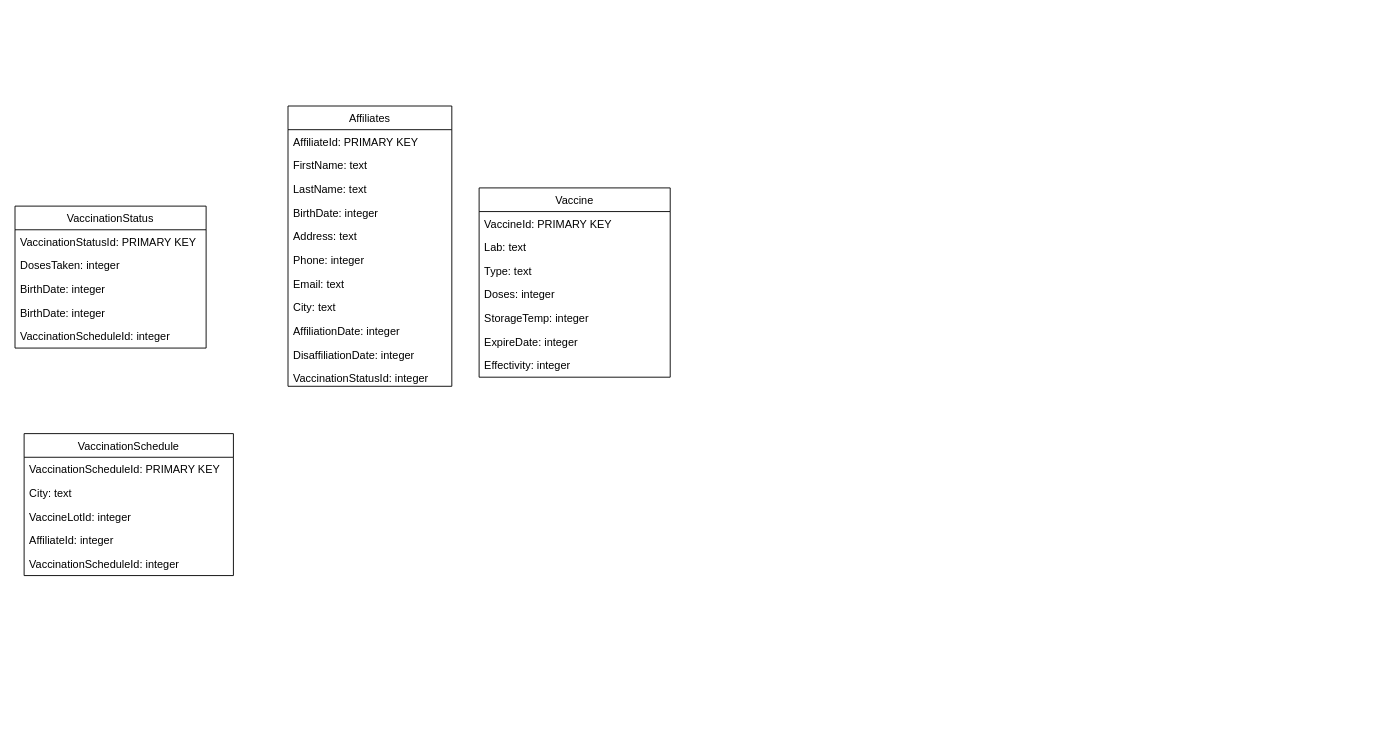
Above: diagrama/diagrama_sgv.drawio in alecBagnol/sgv_unisalud (draw.io), before the change. Source tidied: cells renumbered, new cells numbered last; positions are measured from the earlier drawing's top-left corner, leaving out a move shared by most shapes. Both pictures are drawn from the tidied source at 91%, with x=0, y=0 at pixel (15, 106).
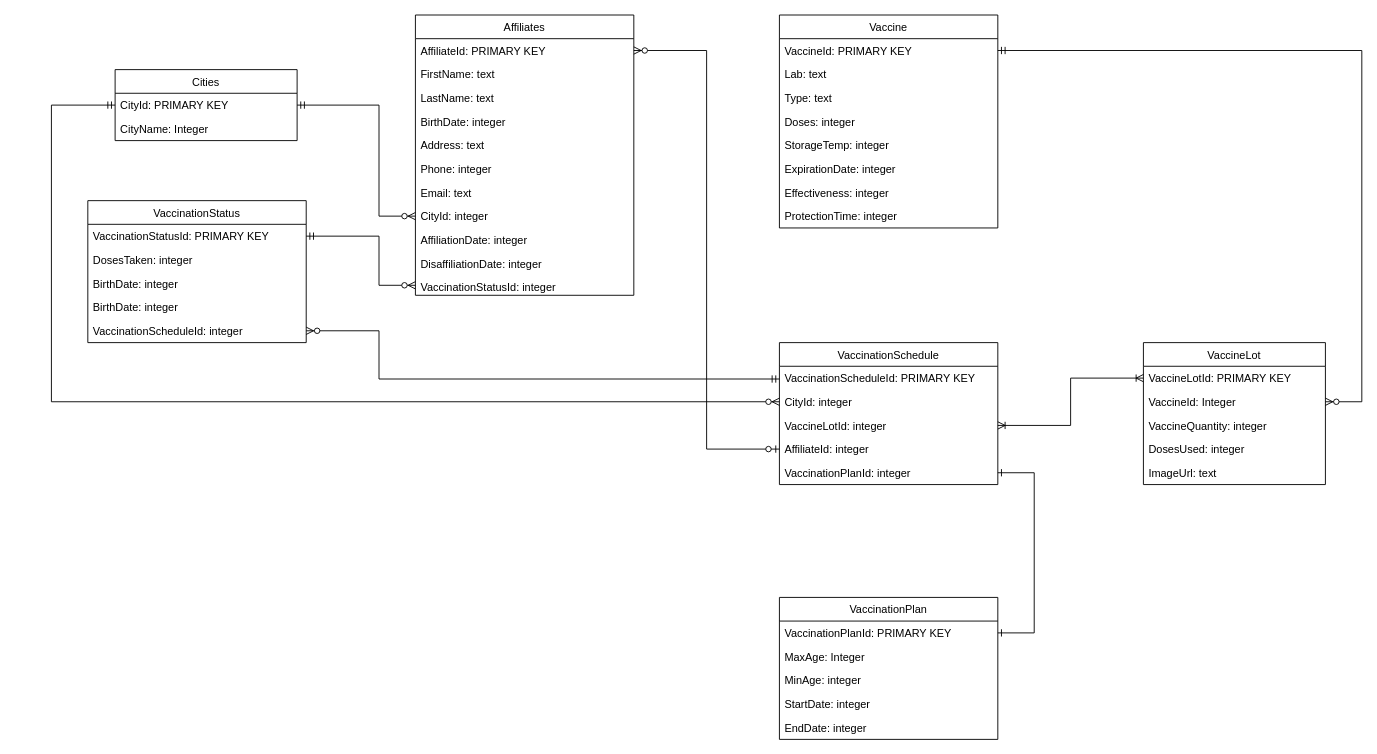
After the change.

Change to the diagram source:
```diff
@@
     <mxCell id="2" value="Affiliates" style="swimlane;fontStyle=0;horizontal=1;startSize=26;fillColor=none;" parent="1" vertex="1">
-      <mxGeometry x="300" width="180" height="308" as="geometry" />
+      <mxGeometry x="440" y="-100" width="240" height="308" as="geometry" />
     </mxCell>
     <mxCell id="3" value="AffiliateId: PRIMARY KEY " style="text;strokeColor=none;fillColor=none;align=left;verticalAlign=top;spacingLeft=4;spacingRight=4;overflow=hidden;points=[[0,0.5],[1,0.5]];portConstraint=eastwest;" parent="2" vertex="1">
-      <mxGeometry y="26" width="180" height="26" as="geometry" />
+      <mxGeometry y="26" width="240" height="26" as="geometry" />
     </mxCell>
     <mxCell id="4" value="FirstName: text" style="text;strokeColor=none;fillColor=none;align=left;verticalAlign=top;spacingLeft=4;spacingRight=4;overflow=hidden;" parent="2" vertex="1">
-      <mxGeometry y="52" width="180" height="26" as="geometry" />
+      <mxGeometry y="52" width="240" height="26" as="geometry" />
     </mxCell>
     <mxCell id="5" value="LastName: text" style="text;strokeColor=none;fillColor=none;align=left;verticalAlign=top;spacingLeft=4;spacingRight=4;overflow=hidden;" parent="2" vertex="1">
-      <mxGeometry y="78" width="180" height="26" as="geometry" />
+      <mxGeometry y="78" width="240" height="26" as="geometry" />
     </mxCell>
     <mxCell id="6" value="BirthDate: integer" style="text;strokeColor=none;fillColor=none;align=left;verticalAlign=top;spacingLeft=4;spacingRight=4;overflow=hidden;" parent="2" vertex="1">
-      <mxGeometry y="104" width="180" height="26" as="geometry" />
+      <mxGeometry y="104" width="240" height="26" as="geometry" />
     </mxCell>
     <mxCell id="7" value="Address: text" style="text;strokeColor=none;fillColor=none;align=left;verticalAlign=top;spacingLeft=4;spacingRight=4;overflow=hidden;" parent="2" vertex="1">
-      <mxGeometry y="130" width="180" height="26" as="geometry" />
+      <mxGeometry y="130" width="240" height="26" as="geometry" />
     </mxCell>
     <mxCell id="8" value="Phone: integer" style="text;strokeColor=none;fillColor=none;align=left;verticalAlign=top;spacingLeft=4;spacingRight=4;overflow=hidden;" parent="2" vertex="1">
-      <mxGeometry y="156" width="180" height="26" as="geometry" />
+      <mxGeometry y="156" width="240" height="26" as="geometry" />
     </mxCell>
     <mxCell id="9" value="Email: text" style="text;strokeColor=none;fillColor=none;align=left;verticalAlign=top;spacingLeft=4;spacingRight=4;overflow=hidden;" parent="2" vertex="1">
-      <mxGeometry y="182" width="180" height="26" as="geometry" />
+      <mxGeometry y="182" width="240" height="26" as="geometry" />
     </mxCell>
-    <mxCell id="10" value="City: text" style="text;strokeColor=none;fillColor=none;align=left;verticalAlign=top;spacingLeft=4;spacingRight=4;overflow=hidden;points=[[0,0.5],[1,0.5]];portConstraint=eastwest;" parent="2" vertex="1">
-      <mxGeometry y="208" width="180" height="26" as="geometry" />
+    <mxCell id="10" value="CityId: integer" style="text;strokeColor=none;fillColor=none;align=left;verticalAlign=top;spacingLeft=4;spacingRight=4;overflow=hidden;points=[[0,0.5],[1,0.5]];portConstraint=eastwest;" parent="2" vertex="1">
+      <mxGeometry y="208" width="240" height="26" as="geometry" />
     </mxCell>
     <mxCell id="11" value="AffiliationDate: integer" style="text;strokeColor=none;fillColor=none;align=left;verticalAlign=top;spacingLeft=4;spacingRight=4;overflow=hidden;" parent="2" vertex="1">
-      <mxGeometry y="234" width="180" height="26" as="geometry" />
+      <mxGeometry y="234" width="240" height="26" as="geometry" />
     </mxCell>
     <mxCell id="12" value="DisaffiliationDate: integer" style="text;strokeColor=none;fillColor=none;align=left;verticalAlign=top;spacingLeft=4;spacingRight=4;overflow=hidden;" parent="2" vertex="1">
-      <mxGeometry y="260" width="180" height="26" as="geometry" />
+      <mxGeometry y="260" width="240" height="26" as="geometry" />
     </mxCell>
     <mxCell id="13" value="VaccinationStatusId: integer" style="text;strokeColor=none;fillColor=none;align=left;verticalAlign=top;spacingLeft=4;spacingRight=4;overflow=hidden;points=[[0,0.5],[1,0.5]];portConstraint=eastwest;" parent="2" vertex="1">
-      <mxGeometry y="286" width="180" height="22" as="geometry" />
+      <mxGeometry y="286" width="240" height="22" as="geometry" />
     </mxCell>
     <mxCell id="14" value="VaccinationStatus" style="swimlane;fontStyle=0;horizontal=1;startSize=26;fillColor=none;" parent="1" vertex="1">
-      <mxGeometry y="110" width="210" height="156" as="geometry" />
+      <mxGeometry x="80" y="104" width="240" height="156" as="geometry" />
     </mxCell>
     <mxCell id="15" value="VaccinationStatusId: PRIMARY KEY " style="text;strokeColor=none;fillColor=none;align=left;verticalAlign=top;spacingLeft=4;spacingRight=4;overflow=hidden;points=[[0,0.5],[1,0.5]];portConstraint=eastwest;" parent="14" vertex="1">
-      <mxGeometry y="26" width="210" height="26" as="geometry" />
+      <mxGeometry y="26" width="240" height="26" as="geometry" />
     </mxCell>
     <mxCell id="16" value="DosesTaken: integer" style="text;strokeColor=none;fillColor=none;align=left;verticalAlign=top;spacingLeft=4;spacingRight=4;overflow=hidden;" parent="14" vertex="1">
-      <mxGeometry y="52" width="210" height="26" as="geometry" />
+      <mxGeometry y="52" width="240" height="26" as="geometry" />
     </mxCell>
     <mxCell id="17" value="BirthDate: integer" style="text;strokeColor=none;fillColor=none;align=left;verticalAlign=top;spacingLeft=4;spacingRight=4;overflow=hidden;" parent="14" vertex="1">
-      <mxGeometry y="78" width="210" height="26" as="geometry" />
+      <mxGeometry y="78" width="240" height="26" as="geometry" />
     </mxCell>
     <mxCell id="18" value="BirthDate: integer" style="text;strokeColor=none;fillColor=none;align=left;verticalAlign=top;spacingLeft=4;spacingRight=4;overflow=hidden;" parent="14" vertex="1">
-      <mxGeometry y="104" width="210" height="26" as="geometry" />
+      <mxGeometry y="104" width="240" height="26" as="geometry" />
     </mxCell>
     <mxCell id="19" value="VaccinationScheduleId: integer" style="text;strokeColor=none;fillColor=none;align=left;verticalAlign=top;spacingLeft=4;spacingRight=4;overflow=hidden;points=[[0,0.5],[1,0.5]];portConstraint=eastwest;" parent="14" vertex="1">
-      <mxGeometry y="130" width="210" height="26" as="geometry" />
+      <mxGeometry y="130" width="240" height="26" as="geometry" />
     </mxCell>
     <mxCell id="20" value="Vaccine" style="swimlane;fontStyle=0;horizontal=1;startSize=26;fillColor=none;" parent="1" vertex="1">
-      <mxGeometry x="510" y="90" width="210" height="208" as="geometry" />
+      <mxGeometry x="840" y="-100" width="240" height="234" as="geometry" />
     </mxCell>
     <mxCell id="21" value="VaccineId: PRIMARY KEY " style="text;strokeColor=none;fillColor=none;align=left;verticalAlign=top;spacingLeft=4;spacingRight=4;overflow=hidden;points=[[0,0.5],[1,0.5]];portConstraint=eastwest;" parent="20" vertex="1">
-      <mxGeometry y="26" width="210" height="26" as="geometry" />
+      <mxGeometry y="26" width="240" height="26" as="geometry" />
     </mxCell>
     <mxCell id="22" value="Lab: text" style="text;strokeColor=none;fillColor=none;align=left;verticalAlign=top;spacingLeft=4;spacingRight=4;overflow=hidden;" parent="20" vertex="1">
-      <mxGeometry y="52" width="210" height="26" as="geometry" />
+      <mxGeometry y="52" width="240" height="26" as="geometry" />
     </mxCell>
     <mxCell id="23" value="Type: text" style="text;strokeColor=none;fillColor=none;align=left;verticalAlign=top;spacingLeft=4;spacingRight=4;overflow=hidden;" parent="20" vertex="1">
-      <mxGeometry y="78" width="210" height="26" as="geometry" />
+      <mxGeometry y="78" width="240" height="26" as="geometry" />
     </mxCell>
     <mxCell id="24" value="Doses: integer" style="text;strokeColor=none;fillColor=none;align=left;verticalAlign=top;spacingLeft=4;spacingRight=4;overflow=hidden;" parent="20" vertex="1">
-      <mxGeometry y="104" width="210" height="26" as="geometry" />
+      <mxGeometry y="104" width="240" height="26" as="geometry" />
     </mxCell>
     <mxCell id="25" value="StorageTemp: integer" style="text;strokeColor=none;fillColor=none;align=left;verticalAlign=top;spacingLeft=4;spacingRight=4;overflow=hidden;" parent="20" vertex="1">
-      <mxGeometry y="130" width="210" height="26" as="geometry" />
+      <mxGeometry y="130" width="240" height="26" as="geometry" />
     </mxCell>
-    <mxCell id="26" value="ExpireDate: integer" style="text;strokeColor=none;fillColor=none;align=left;verticalAlign=top;spacingLeft=4;spacingRight=4;overflow=hidden;" parent="20" vertex="1">
-      <mxGeometry y="156" width="210" height="26" as="geometry" />
+    <mxCell id="26" value="ExpirationDate: integer" style="text;strokeColor=none;fillColor=none;align=left;verticalAlign=top;spacingLeft=4;spacingRight=4;overflow=hidden;" parent="20" vertex="1">
+      <mxGeometry y="156" width="240" height="26" as="geometry" />
     </mxCell>
-    <mxCell id="27" value="Effectivity: integer" style="text;strokeColor=none;fillColor=none;align=left;verticalAlign=top;spacingLeft=4;spacingRight=4;overflow=hidden;" parent="20" vertex="1">
-      <mxGeometry y="182" width="210" height="26" as="geometry" />
+    <mxCell id="27" value="Effectiveness: integer" style="text;strokeColor=none;fillColor=none;align=left;verticalAlign=top;spacingLeft=4;spacingRight=4;overflow=hidden;" parent="20" vertex="1">
+      <mxGeometry y="182" width="240" height="26" as="geometry" />
     </mxCell>
+    <mxCell id="34" value="ProtectionTime: integer" style="text;strokeColor=none;fillColor=none;align=left;verticalAlign=top;spacingLeft=4;spacingRight=4;overflow=hidden;" parent="20" vertex="1">
+      <mxGeometry y="208" width="240" height="26" as="geometry" />
+    </mxCell>
     <mxCell id="28" value="VaccinationSchedule" style="swimlane;fontStyle=0;horizontal=1;startSize=26;fillColor=none;" parent="1" vertex="1">
-      <mxGeometry x="10" y="360" width="230" height="156" as="geometry" />
+      <mxGeometry x="840" y="260" width="240" height="156" as="geometry" />
     </mxCell>
     <mxCell id="29" value="VaccinationScheduleId: PRIMARY KEY " style="text;strokeColor=none;fillColor=none;align=left;verticalAlign=top;spacingLeft=4;spacingRight=4;overflow=hidden;points=[[0,0.5],[1,0.5]];portConstraint=eastwest;" parent="28" vertex="1">
-      <mxGeometry y="26" width="230" height="26" as="geometry" />
+      <mxGeometry y="26" width="240" height="26" as="geometry" />
     </mxCell>
-    <mxCell id="30" value="City: text" style="text;strokeColor=none;fillColor=none;align=left;verticalAlign=top;spacingLeft=4;spacingRight=4;overflow=hidden;points=[[0,0.5],[1,0.5]];portConstraint=eastwest;" parent="28" vertex="1">
-      <mxGeometry y="52" width="230" height="26" as="geometry" />
+    <mxCell id="30" value="CityId: integer" style="text;strokeColor=none;fillColor=none;align=left;verticalAlign=top;spacingLeft=4;spacingRight=4;overflow=hidden;points=[[0,0.5],[1,0.5]];portConstraint=eastwest;" parent="28" vertex="1">
+      <mxGeometry y="52" width="240" height="26" as="geometry" />
     </mxCell>
     <mxCell id="31" value="VaccineLotId: integer" style="text;strokeColor=none;fillColor=none;align=left;verticalAlign=top;spacingLeft=4;spacingRight=4;overflow=hidden;points=[[0,0.5],[1,0.5]];portConstraint=eastwest;" parent="28" vertex="1">
-      <mxGeometry y="78" width="230" height="26" as="geometry" />
+      <mxGeometry y="78" width="240" height="26" as="geometry" />
     </mxCell>
     <mxCell id="32" value="AffiliateId: integer" style="text;strokeColor=none;fillColor=none;align=left;verticalAlign=top;spacingLeft=4;spacingRight=4;overflow=hidden;points=[[0,0.5],[1,0.5]];portConstraint=eastwest;" parent="28" vertex="1">
-      <mxGeometry y="104" width="230" height="26" as="geometry" />
+      <mxGeometry y="104" width="240" height="26" as="geometry" />
     </mxCell>
-    <mxCell id="33" value="VaccinationScheduleId: integer" style="text;strokeColor=none;fillColor=none;align=left;verticalAlign=top;spacingLeft=4;spacingRight=4;overflow=hidden;points=[[0,0.5],[1,0.5]];portConstraint=eastwest;" parent="28" vertex="1">
-      <mxGeometry y="130" width="230" height="26" as="geometry" />
+    <mxCell id="33" value="VaccinationPlanId: integer" style="text;strokeColor=none;fillColor=none;align=left;verticalAlign=top;spacingLeft=4;spacingRight=4;overflow=hidden;points=[[0,0.5],[1,0.5]];portConstraint=eastwest;" parent="28" vertex="1">
+      <mxGeometry y="130" width="240" height="26" as="geometry" />
     </mxCell>
+    <mxCell id="35" value="VaccineLot" style="swimlane;fontStyle=0;horizontal=1;startSize=26;fillColor=none;" parent="1" vertex="1">
+      <mxGeometry x="1240" y="260" width="200" height="156" as="geometry" />
+    </mxCell>
+    <mxCell id="36" value="VaccineLotId: PRIMARY KEY " style="text;strokeColor=none;fillColor=none;align=left;verticalAlign=top;spacingLeft=4;spacingRight=4;overflow=hidden;points=[[0,0.5],[1,0.5]];portConstraint=eastwest;" parent="35" vertex="1">
+      <mxGeometry y="26" width="200" height="26" as="geometry" />
+    </mxCell>
+    <mxCell id="37" value="VaccineId: Integer" style="text;strokeColor=none;fillColor=none;align=left;verticalAlign=top;spacingLeft=4;spacingRight=4;overflow=hidden;points=[[0,0.5],[1,0.5]];portConstraint=eastwest;" parent="35" vertex="1">
+      <mxGeometry y="52" width="200" height="26" as="geometry" />
+    </mxCell>
+    <mxCell id="38" value="VaccineQuantity: integer" style="text;strokeColor=none;fillColor=none;align=left;verticalAlign=top;spacingLeft=4;spacingRight=4;overflow=hidden;" parent="35" vertex="1">
+      <mxGeometry y="78" width="200" height="26" as="geometry" />
+    </mxCell>
+    <mxCell id="39" value="DosesUsed: integer" style="text;strokeColor=none;fillColor=none;align=left;verticalAlign=top;spacingLeft=4;spacingRight=4;overflow=hidden;" parent="35" vertex="1">
+      <mxGeometry y="104" width="200" height="26" as="geometry" />
+    </mxCell>
+    <mxCell id="40" value="ImageUrl: text" style="text;strokeColor=none;fillColor=none;align=left;verticalAlign=top;spacingLeft=4;spacingRight=4;overflow=hidden;" parent="35" vertex="1">
+      <mxGeometry y="130" width="200" height="26" as="geometry" />
+    </mxCell>
+    <mxCell id="41" value="VaccinationPlan" style="swimlane;fontStyle=0;horizontal=1;startSize=26;fillColor=none;" parent="1" vertex="1">
+      <mxGeometry x="840" y="540" width="240" height="156" as="geometry" />
+    </mxCell>
+    <mxCell id="42" value="VaccinationPlanId: PRIMARY KEY " style="text;strokeColor=none;fillColor=none;align=left;verticalAlign=top;spacingLeft=4;spacingRight=4;overflow=hidden;points=[[0,0.5],[1,0.5]];portConstraint=eastwest;" parent="41" vertex="1">
+      <mxGeometry y="26" width="240" height="26" as="geometry" />
+    </mxCell>
+    <mxCell id="43" value="MaxAge: Integer" style="text;strokeColor=none;fillColor=none;align=left;verticalAlign=top;spacingLeft=4;spacingRight=4;overflow=hidden;" parent="41" vertex="1">
+      <mxGeometry y="52" width="240" height="26" as="geometry" />
+    </mxCell>
+    <mxCell id="44" value="MinAge: integer" style="text;strokeColor=none;fillColor=none;align=left;verticalAlign=top;spacingLeft=4;spacingRight=4;overflow=hidden;" parent="41" vertex="1">
+      <mxGeometry y="78" width="240" height="26" as="geometry" />
+    </mxCell>
+    <mxCell id="45" value="StartDate: integer" style="text;strokeColor=none;fillColor=none;align=left;verticalAlign=top;spacingLeft=4;spacingRight=4;overflow=hidden;" parent="41" vertex="1">
+      <mxGeometry y="104" width="240" height="26" as="geometry" />
+    </mxCell>
+    <mxCell id="46" value="EndDate: integer" style="text;strokeColor=none;fillColor=none;align=left;verticalAlign=top;spacingLeft=4;spacingRight=4;overflow=hidden;" parent="41" vertex="1">
+      <mxGeometry y="130" width="240" height="26" as="geometry" />
+    </mxCell>
+    <mxCell id="47" value="Cities" style="swimlane;fontStyle=0;horizontal=1;startSize=26;fillColor=none;" parent="1" vertex="1">
+      <mxGeometry x="110" y="-40" width="200" height="78" as="geometry" />
+    </mxCell>
+    <mxCell id="48" value="CityId: PRIMARY KEY " style="text;strokeColor=none;fillColor=none;align=left;verticalAlign=top;spacingLeft=4;spacingRight=4;overflow=hidden;points=[[0,0.5],[1,0.5]];portConstraint=eastwest;" parent="47" vertex="1">
+      <mxGeometry y="26" width="200" height="26" as="geometry" />
+    </mxCell>
+    <mxCell id="49" value="CityName: Integer" style="text;strokeColor=none;fillColor=none;align=left;verticalAlign=top;spacingLeft=4;spacingRight=4;overflow=hidden;" parent="47" vertex="1">
+      <mxGeometry y="52" width="200" height="26" as="geometry" />
+    </mxCell>
+    <mxCell id="50" style="edgeStyle=orthogonalEdgeStyle;rounded=0;jettySize=auto;html=1;entryX=1;entryY=0.5;entryDx=0;entryDy=0;endArrow=ERone;endFill=0;startArrow=ERone;startFill=0;" parent="1" edge="1" source="42" target="33">
+      <mxGeometry relative="1" as="geometry">
+        <Array as="points">
+          <mxPoint x="1120" y="579" />
+          <mxPoint x="1120" y="403" />
+        </Array>
+      </mxGeometry>
+    </mxCell>
+    <mxCell id="51" style="edgeStyle=orthogonalEdgeStyle;rounded=0;jettySize=auto;html=1;startArrow=ERmandOne;startFill=0;endArrow=ERzeroToMany;endFill=1;" parent="1" edge="1" source="21" target="37">
+      <mxGeometry relative="1" as="geometry">
+        <Array as="points">
+          <mxPoint x="1480" y="-61" />
+          <mxPoint x="1480" y="325" />
+        </Array>
+      </mxGeometry>
+    </mxCell>
+    <mxCell id="52" style="edgeStyle=orthogonalEdgeStyle;rounded=0;jettySize=auto;html=1;endArrow=ERoneToMany;endFill=0;startArrow=ERoneToMany;startFill=0;" parent="1" edge="1" source="36" target="31">
+      <mxGeometry relative="1" as="geometry" />
+    </mxCell>
+    <mxCell id="53" style="edgeStyle=orthogonalEdgeStyle;rounded=0;jettySize=auto;html=1;startArrow=ERzeroToMany;startFill=1;endArrow=ERzeroToOne;endFill=1;" parent="1" edge="1" source="3" target="32">
+      <mxGeometry relative="1" as="geometry" />
+    </mxCell>
+    <mxCell id="54" style="edgeStyle=orthogonalEdgeStyle;rounded=0;jettySize=auto;html=1;endArrow=ERzeroToMany;endFill=1;startArrow=ERmandOne;startFill=0;" parent="1" edge="1" source="29" target="19">
+      <mxGeometry relative="1" as="geometry">
+        <Array as="points">
+          <mxPoint x="400" y="300" />
+          <mxPoint x="400" y="247" />
+        </Array>
+      </mxGeometry>
+    </mxCell>
+    <mxCell id="55" style="edgeStyle=orthogonalEdgeStyle;rounded=0;jettySize=auto;html=1;endArrow=ERzeroToMany;endFill=1;startArrow=ERmandOne;startFill=0;" parent="1" edge="1" source="48" target="10">
+      <mxGeometry relative="1" as="geometry">
+        <Array as="points">
+          <mxPoint x="400" y="-1" />
+          <mxPoint x="400" y="121" />
+        </Array>
+      </mxGeometry>
+    </mxCell>
+    <mxCell id="56" style="edgeStyle=orthogonalEdgeStyle;rounded=0;jettySize=auto;html=1;endArrow=ERzeroToMany;endFill=1;startArrow=ERmandOne;startFill=0;" parent="1" edge="1" source="15" target="13">
+      <mxGeometry relative="1" as="geometry">
+        <Array as="points">
+          <mxPoint x="400" y="143" />
+          <mxPoint x="400" y="197" />
+        </Array>
+      </mxGeometry>
+    </mxCell>
+    <mxCell id="57" style="edgeStyle=orthogonalEdgeStyle;rounded=0;jettySize=auto;html=1;startArrow=ERmandOne;startFill=0;endArrow=ERzeroToMany;endFill=1;" parent="1" edge="1" source="48" target="30">
+      <mxGeometry relative="1" as="geometry">
+        <Array as="points">
+          <mxPoint x="40" y="-1" />
+          <mxPoint x="40" y="325" />
+        </Array>
+      </mxGeometry>
+    </mxCell>
```
